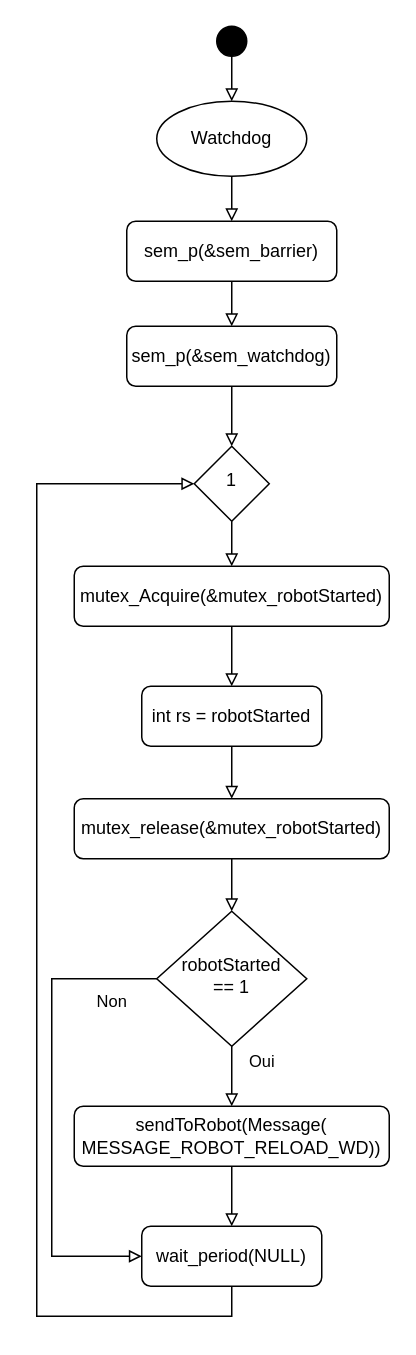
This is Conception/Thread Watchdog.drawio from Rayanem/Temps_reel, a draw.io file, before an edit. Source tidied: cells renumbered, new cells numbered last; positions are measured from the earlier drawing's top-left corner, leaving out a move shared by most shapes. Both pictures are drawn from the tidied source at 150%, with x=0, y=0 at pixel (36, 26).
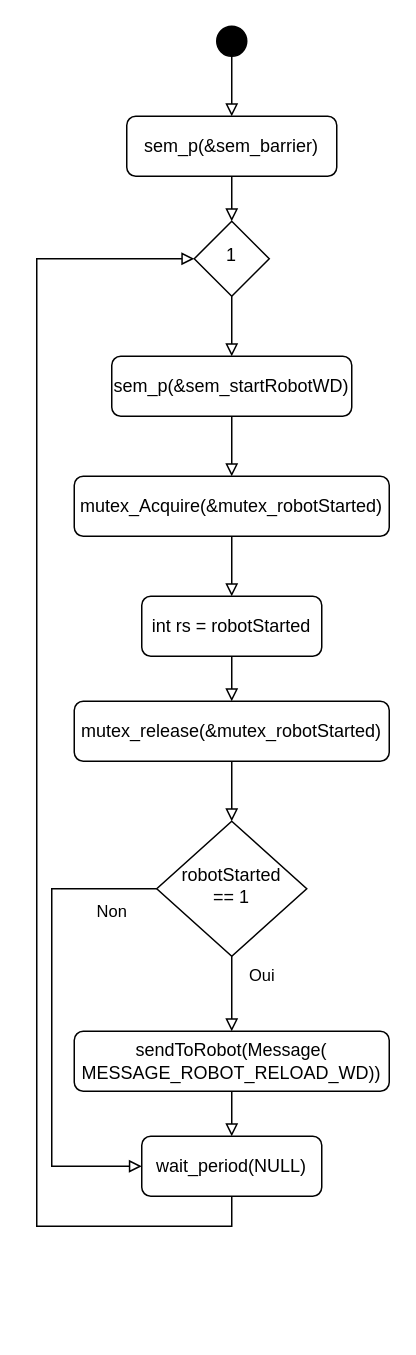
The same diagram, later.

The change refers to these unchanged cells:
```xml
<mxCell id="9" style="ellipse;whiteSpace=wrap;html=1;fillColor=#000000;" parent="1" vertex="1">
  <mxGeometry x="120" width="20" height="20" as="geometry" />
</mxCell>
```

The edit, as a diff of the source:
```diff
@@
-    <mxCell id="2" style="edgeStyle=orthogonalEdgeStyle;rounded=0;jettySize=auto;html=1;exitX=0.5;exitY=1;exitDx=0;exitDy=0;entryX=0.5;entryY=0;entryDx=0;entryDy=0;endArrow=block;endFill=0;" parent="1" edge="1" source="3" target="5">
-      <mxGeometry relative="1" as="geometry" />
-    </mxCell>
+    <mxCell id="25" style="edgeStyle=orthogonalEdgeStyle;rounded=0;jettySize=auto;html=1;exitX=0.5;exitY=1;exitDx=0;exitDy=0;entryX=0.5;entryY=0;entryDx=0;entryDy=0;endArrow=block;endFill=0;" parent="1" edge="1" source="3" target="29">
+      <mxGeometry relative="1" as="geometry" />
+    </mxCell>
     <mxCell id="3" value="1" style="rhombus;whiteSpace=wrap;html=1;shadow=0;fontFamily=Helvetica;fontSize=12;align=center;strokeWidth=1;spacing=6;spacingTop=-4;" parent="1" vertex="1">
-      <mxGeometry x="105" y="280" width="50" height="50" as="geometry" />
+      <mxGeometry x="105" y="130" width="50" height="50" as="geometry" />
     </mxCell>
@@
     <mxCell id="5" value="mutex_Acquire(&amp;amp;mutex_robotStarted)" style="rounded=1;whiteSpace=wrap;html=1;fontSize=12;glass=0;strokeWidth=1;shadow=0;" parent="1" vertex="1">
-      <mxGeometry x="25" y="360" width="210" height="40" as="geometry" />
+      <mxGeometry x="25" y="300" width="210" height="40" as="geometry" />
     </mxCell>
@@
     <mxCell id="7" value="&lt;div&gt;int rs = robotStarted&lt;/div&gt;" style="rounded=1;whiteSpace=wrap;html=1;fontSize=12;glass=0;strokeWidth=1;shadow=0;" parent="1" vertex="1">
-      <mxGeometry x="70" y="440" width="120" height="40" as="geometry" />
+      <mxGeometry x="70" y="380" width="120" height="40" as="geometry" />
     </mxCell>
-    <mxCell id="8" style="edgeStyle=orthogonalEdgeStyle;rounded=0;jettySize=auto;html=1;endArrow=block;endFill=0;" parent="1" edge="1" source="9" target="11">
-      <mxGeometry relative="1" as="geometry" />
-    </mxCell>
+    <mxCell id="26" style="edgeStyle=orthogonalEdgeStyle;rounded=0;jettySize=auto;html=1;exitX=0.5;exitY=1;exitDx=0;exitDy=0;entryX=0.5;entryY=0;entryDx=0;entryDy=0;endArrow=block;endFill=0;" parent="1" edge="1" source="9" target="13">
+      <mxGeometry relative="1" as="geometry" />
+    </mxCell>
@@
-    <mxCell id="10" style="edgeStyle=orthogonalEdgeStyle;rounded=0;jettySize=auto;html=1;exitX=0.5;exitY=1;exitDx=0;exitDy=0;endArrow=block;endFill=0;" parent="1" edge="1" source="11" target="13">
-      <mxGeometry relative="1" as="geometry" />
-    </mxCell>
-    <mxCell id="11" value="Watchdog" style="ellipse;whiteSpace=wrap;html=1;fillColor=#FFFFFF;" parent="1" vertex="1">
-      <mxGeometry x="80" y="50" width="100" height="50" as="geometry" />
-    </mxCell>
-    <mxCell id="12" style="edgeStyle=orthogonalEdgeStyle;rounded=0;jettySize=auto;html=1;exitX=0.5;exitY=1;exitDx=0;exitDy=0;entryX=0.5;entryY=0;entryDx=0;entryDy=0;endArrow=block;endFill=0;" parent="1" edge="1" source="13" target="15">
-      <mxGeometry relative="1" as="geometry" />
-    </mxCell>
+    <mxCell id="27" style="edgeStyle=orthogonalEdgeStyle;rounded=0;jettySize=auto;html=1;exitX=0.5;exitY=1;exitDx=0;exitDy=0;entryX=0.5;entryY=0;entryDx=0;entryDy=0;endArrow=block;endFill=0;" parent="1" edge="1" source="13" target="3">
+      <mxGeometry relative="1" as="geometry" />
+    </mxCell>
     <mxCell id="13" value="sem_p(&amp;amp;sem_barrier)" style="rounded=1;whiteSpace=wrap;html=1;fontSize=12;glass=0;strokeWidth=1;shadow=0;" parent="1" vertex="1">
-      <mxGeometry x="60" y="130" width="140" height="40" as="geometry" />
+      <mxGeometry x="60" y="60" width="140" height="40" as="geometry" />
     </mxCell>
-    <mxCell id="14" style="edgeStyle=orthogonalEdgeStyle;rounded=0;jettySize=auto;html=1;exitX=0.5;exitY=1;exitDx=0;exitDy=0;entryX=0.5;entryY=0;entryDx=0;entryDy=0;endArrow=block;endFill=0;" parent="1" edge="1" source="15" target="3">
-      <mxGeometry relative="1" as="geometry" />
-    </mxCell>
-    <mxCell id="15" value="sem_p(&amp;amp;sem_watchdog)" style="rounded=1;whiteSpace=wrap;html=1;fontSize=12;glass=0;strokeWidth=1;shadow=0;" parent="1" vertex="1">
-      <mxGeometry x="60" y="200" width="140" height="40" as="geometry" />
-    </mxCell>
@@
     <mxCell id="17" value="mutex_release(&amp;amp;mutex_robotStarted)" style="rounded=1;whiteSpace=wrap;html=1;fontSize=12;glass=0;strokeWidth=1;shadow=0;" parent="1" vertex="1">
-      <mxGeometry x="25" y="515" width="210" height="40" as="geometry" />
+      <mxGeometry x="25" y="450" width="210" height="40" as="geometry" />
     </mxCell>
@@
     <mxCell id="19" value="Non" style="edgeStyle=orthogonalEdgeStyle;rounded=0;jettySize=auto;html=1;exitX=0;exitY=0.5;exitDx=0;exitDy=0;entryX=0;entryY=0.5;entryDx=0;entryDy=0;endArrow=block;endFill=0;" parent="1" edge="1" source="20" target="24">
       <mxGeometry x="-0.81" y="15" relative="1" as="geometry">
         <Array as="points">
-          <mxPoint x="10" y="635" />
-          <mxPoint x="10" y="820" />
+          <mxPoint x="10" y="575" />
+          <mxPoint x="10" y="760" />
         </Array>
       </mxGeometry>
     </mxCell>
     <mxCell id="20" value="&lt;div&gt;robotStarted&lt;/div&gt;&lt;div&gt;== 1&lt;br&gt;&lt;/div&gt;" style="rhombus;whiteSpace=wrap;html=1;shadow=0;fontFamily=Helvetica;fontSize=12;align=center;strokeWidth=1;spacing=6;spacingTop=-4;" parent="1" vertex="1">
-      <mxGeometry x="80" y="590" width="100" height="90" as="geometry" />
+      <mxGeometry x="80" y="530" width="100" height="90" as="geometry" />
     </mxCell>
@@
     <mxCell id="22" value="&lt;div&gt;sendToRobot(Message(&lt;/div&gt;&lt;div&gt;MESSAGE_ROBOT_RELOAD_WD))&lt;br&gt;&lt;/div&gt;" style="rounded=1;whiteSpace=wrap;html=1;fontSize=12;glass=0;strokeWidth=1;shadow=0;" parent="1" vertex="1">
-      <mxGeometry x="25" y="720" width="210" height="40" as="geometry" />
+      <mxGeometry x="25" y="670" width="210" height="40" as="geometry" />
     </mxCell>
     <mxCell id="23" style="edgeStyle=orthogonalEdgeStyle;rounded=0;jettySize=auto;html=1;exitX=0.5;exitY=1;exitDx=0;exitDy=0;entryX=0;entryY=0.5;entryDx=0;entryDy=0;endArrow=block;endFill=0;" parent="1" edge="1" source="24" target="3">
       <mxGeometry relative="1" as="geometry">
         <Array as="points">
-          <mxPoint x="130" y="860" />
-          <mxPoint y="860" />
-          <mxPoint y="305" />
+          <mxPoint x="130" y="800" />
+          <mxPoint y="800" />
+          <mxPoint y="155" />
         </Array>
       </mxGeometry>
     </mxCell>
     <mxCell id="24" value="&lt;div&gt;wait_period(NULL)&lt;/div&gt;" style="rounded=1;whiteSpace=wrap;html=1;fontSize=12;glass=0;strokeWidth=1;shadow=0;" parent="1" vertex="1">
-      <mxGeometry x="70" y="800" width="120" height="40" as="geometry" />
+      <mxGeometry x="70" y="740" width="120" height="40" as="geometry" />
     </mxCell>
+    <mxCell id="28" style="edgeStyle=orthogonalEdgeStyle;rounded=0;jettySize=auto;html=1;endArrow=block;endFill=0;" parent="1" edge="1" source="29" target="5">
+      <mxGeometry relative="1" as="geometry" />
+    </mxCell>
+    <mxCell id="29" value="sem_p(&amp;amp;sem_startRobotWD)" style="rounded=1;whiteSpace=wrap;html=1;fontSize=12;glass=0;strokeWidth=1;shadow=0;" parent="1" vertex="1">
+      <mxGeometry x="50" y="220" width="160" height="40" as="geometry" />
+    </mxCell>
```
